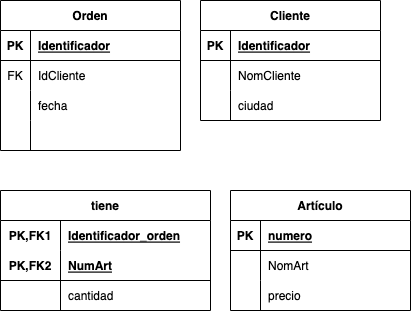
Above: NORMALIZACION/tareas/tarea5/img/1fn.drawio.png in MoisesALH/base-datos (draw.io), before the change. Source tidied: cells renumbered, new cells last; positions are measured from the earlier drawing's top-left corner, leaving out a move shared by most shapes.
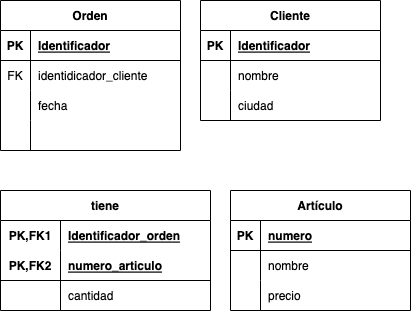
Later version of the same file.

Diff of the diagram source:
```diff
@@ -20,7 +20,7 @@
     <mxCell id="7" value="FK" style="shape=partialRectangle;fillColor=none;top=0;left=0;bottom=0;right=0;overflow=hidden;" parent="6" vertex="1">
       <mxGeometry width="30" height="30" as="geometry" />
     </mxCell>
-    <mxCell id="8" value="IdCliente" style="shape=partialRectangle;fillColor=none;top=0;left=0;bottom=0;right=0;align=left;spacingLeft=6;overflow=hidden;" parent="6" vertex="1">
+    <mxCell id="8" value="identidicador_cliente" style="shape=partialRectangle;fillColor=none;top=0;left=0;bottom=0;right=0;align=left;spacingLeft=6;overflow=hidden;" parent="6" vertex="1">
       <mxGeometry x="30" width="150" height="30" as="geometry" />
     </mxCell>
     <mxCell id="9" style="shape=tableRow;horizontal=0;startSize=0;swimlaneHead=0;swimlaneBody=0;fillColor=none;top=0;left=0;right=0;bottom=0;" parent="2" vertex="1">
@@ -59,7 +59,7 @@
     <mxCell id="20" style="shape=partialRectangle;fillColor=none;top=0;left=0;bottom=0;right=0;overflow=hidden;" parent="19" vertex="1">
       <mxGeometry width="30" height="30" as="geometry" />
     </mxCell>
-    <mxCell id="21" value="NomCliente" style="shape=partialRectangle;fillColor=none;top=0;left=0;bottom=0;right=0;align=left;spacingLeft=6;overflow=hidden;" parent="19" vertex="1">
+    <mxCell id="21" value="nombre" style="shape=partialRectangle;fillColor=none;top=0;left=0;bottom=0;right=0;align=left;spacingLeft=6;overflow=hidden;" parent="19" vertex="1">
       <mxGeometry x="30" width="150" height="30" as="geometry" />
     </mxCell>
     <mxCell id="22" style="shape=tableRow;horizontal=0;startSize=0;swimlaneHead=0;swimlaneBody=0;fillColor=none;top=0;left=0;right=0;bottom=0;" parent="15" vertex="1">
@@ -89,7 +89,7 @@
     <mxCell id="30" value="PK,FK2" style="shape=partialRectangle;fillColor=none;top=0;left=0;bottom=0;right=0;fontStyle=1;overflow=hidden;" parent="29" vertex="1">
       <mxGeometry width="60" height="30" as="geometry" />
     </mxCell>
-    <mxCell id="31" value="NumArt" style="shape=partialRectangle;fillColor=none;top=0;left=0;bottom=0;right=0;align=left;spacingLeft=6;fontStyle=5;overflow=hidden;" parent="29" vertex="1">
+    <mxCell id="31" value="numero_articulo" style="shape=partialRectangle;fillColor=none;top=0;left=0;bottom=0;right=0;align=left;spacingLeft=6;fontStyle=5;overflow=hidden;" parent="29" vertex="1">
       <mxGeometry x="60" width="150" height="30" as="geometry" />
     </mxCell>
     <mxCell id="32" style="shape=tableRow;horizontal=0;startSize=0;swimlaneHead=0;swimlaneBody=0;fillColor=none;top=0;left=0;right=0;bottom=0;" parent="25" vertex="1">
@@ -119,7 +119,7 @@
     <mxCell id="40" style="shape=partialRectangle;fillColor=none;top=0;left=0;bottom=0;right=0;overflow=hidden;" parent="39" vertex="1">
       <mxGeometry width="30" height="30" as="geometry" />
     </mxCell>
-    <mxCell id="41" value="NomArt" style="shape=partialRectangle;fillColor=none;top=0;left=0;bottom=0;right=0;align=left;spacingLeft=6;overflow=hidden;" parent="39" vertex="1">
+    <mxCell id="41" value="nombre" style="shape=partialRectangle;fillColor=none;top=0;left=0;bottom=0;right=0;align=left;spacingLeft=6;overflow=hidden;" parent="39" vertex="1">
       <mxGeometry x="30" width="150" height="30" as="geometry" />
     </mxCell>
     <mxCell id="42" style="shape=tableRow;horizontal=0;startSize=0;swimlaneHead=0;swimlaneBody=0;fillColor=none;top=0;left=0;right=0;bottom=0;" parent="35" vertex="1">
```
